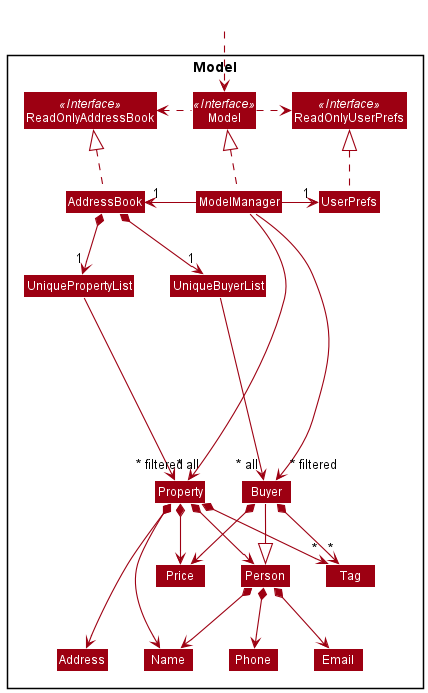
waynetee/tp keeps this PlantUML diagram as docs/images/ModelClassDiagram.png. Above is the earlier version.
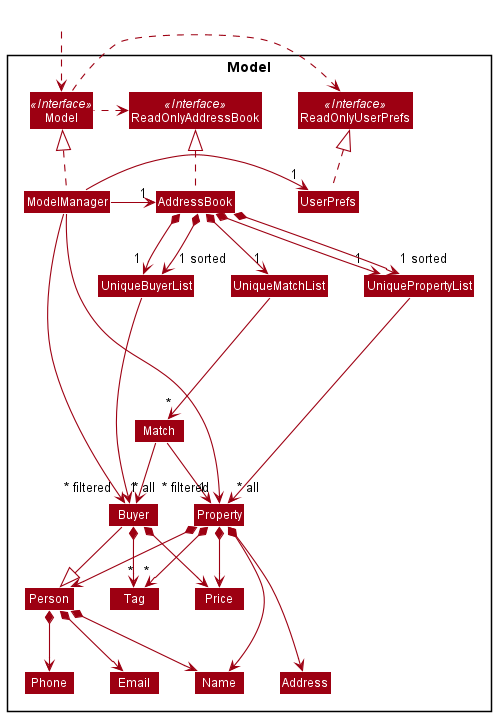
Above is the later version.

The edit, as a diff of the source:
```diff
@@ -18,8 +18,10 @@
 
 Class UniquePropertyList
 Class UniqueBuyerList
+Class UniqueMatchList
 Class Property
 Class Buyer
+Class Match
 Class Price
 Class Person
 Class Address
@@ -43,6 +45,7 @@
 UserPrefs .up.|> ReadOnlyUserPrefs
 
 AddressBook *--> "1" UniquePropertyList
+AddressBook *--> "1 sorted" UniquePropertyList
 UniquePropertyList -down---> "~* all" Property
 Property *--> Name
 Property *--> Person
@@ -51,11 +54,19 @@
 Property *--> "*" Tag
 
 AddressBook *--> "1" UniqueBuyerList
+AddressBook *--> "1 sorted" UniqueBuyerList
 UniqueBuyerList -[hidden]left-> UniquePropertyList
 UniqueBuyerList --> "~* all" Buyer
 Buyer --|> Person
 Buyer *--> Price
 Buyer *--> "*" Tag
+
+
+AddressBook *--> "1" UniqueMatchList
+UniqueMatchList -[hidden]left-> UniqueBuyerList
+UniqueMatchList -down--> "*" Match
+Match -down-> "1" Property
+Match -down-> "1" Buyer
 
 Property -[hidden]right-> Buyer
 
```
